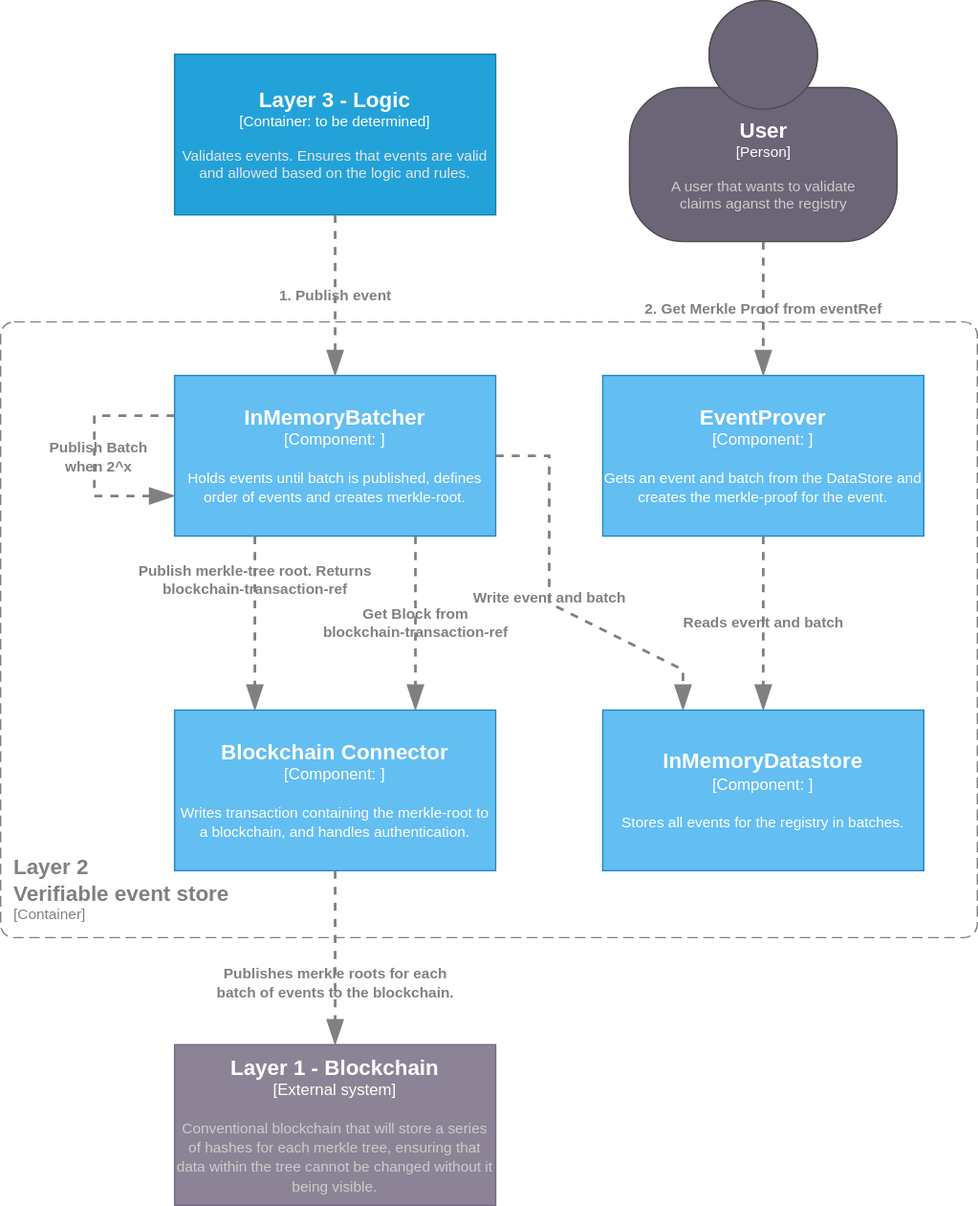
This is doc/architecture/verifiable_event_store/component.drawio.svg from project-origin/registry, a draw.io export, as it was before one commit. Source tidied: cells renumbered, new cells last; positions are measured from the earlier drawing's top-left corner, leaving out a move shared by most shapes.
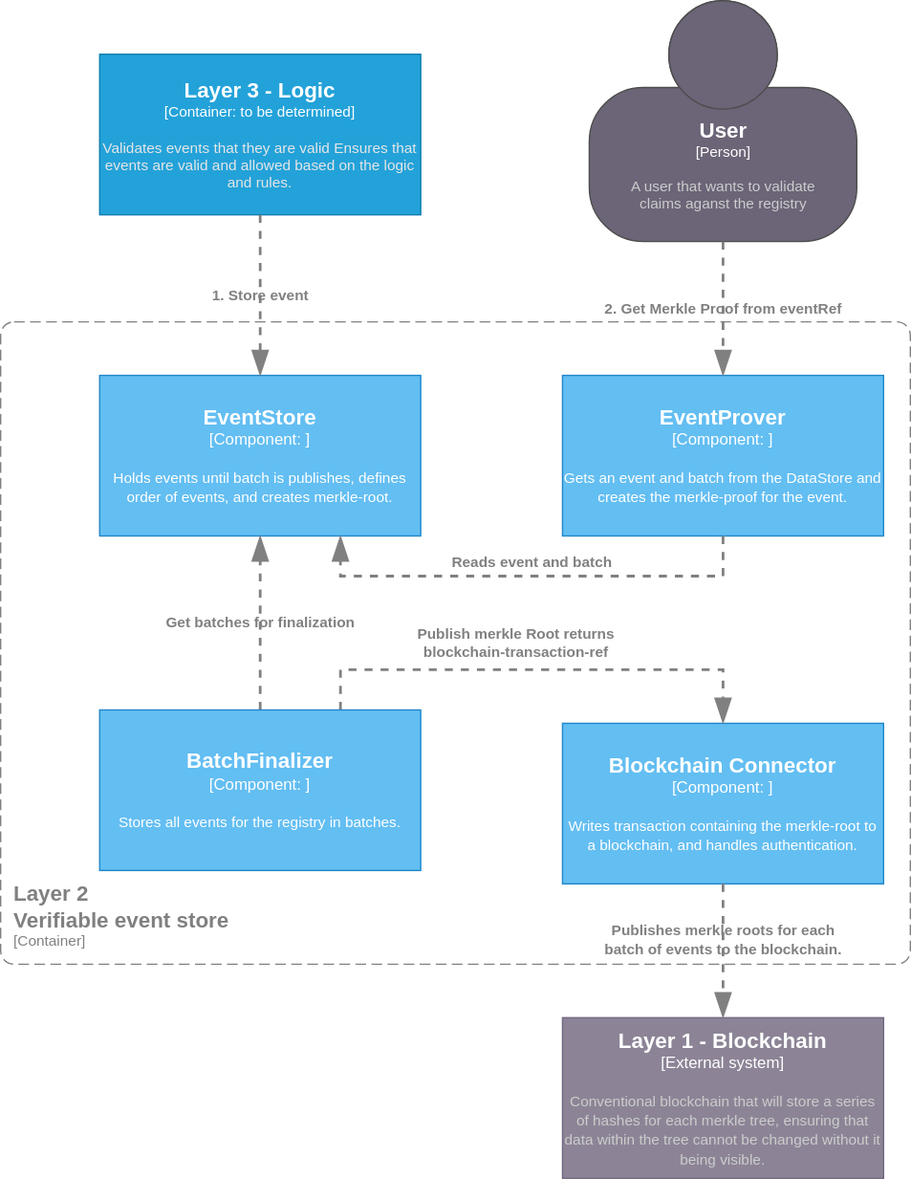
Above is the later version.

Change to the diagram source:
```diff
@@ -4,65 +4,60 @@
     <mxCell id="1" parent="0" />
     <object id="2" label="&lt;font style=&quot;font-size: 16px&quot;&gt;&lt;b&gt;&lt;div style=&quot;text-align: left&quot;&gt;%c4Name%&lt;/div&gt;&lt;/b&gt;&lt;/font&gt;&lt;div style=&quot;text-align: left&quot;&gt;[%c4Application%]&lt;/div&gt;" c4Application="Container" c4Name="Layer 2&#10;Verifiable event store" c4Type="ContainerScopeBoundary" placeholders="1">
       <mxCell style="rounded=1;fontSize=11;whiteSpace=wrap;html=1;dashed=1;arcSize=20;fillColor=none;strokeColor=#808080;fontColor=#808080;labelBackgroundColor=none;align=left;verticalAlign=bottom;labelBorderColor=none;spacingTop=0;spacing=10;dashPattern=8 4;perimeter=rectanglePerimeter;labelPadding=0;absoluteArcSize=1;" parent="1" vertex="1">
-        <mxGeometry y="240" width="730" height="460" as="geometry" />
+        <mxGeometry x="50" y="240" width="680" height="480" as="geometry" />
       </mxCell>
     </object>
     <object id="3" label="&lt;font style=&quot;font-size: 16px&quot;&gt;&lt;b&gt;%c4Name%&lt;/b&gt;&lt;/font&gt;&lt;div&gt;[%c4Type%]&lt;/div&gt;&lt;br&gt;&lt;div&gt;&lt;font style=&quot;font-size: 11px&quot;&gt;&lt;font color=&quot;#cccccc&quot;&gt;%c4Description%&lt;/font&gt;&lt;/div&gt;" c4Description="Conventional blockchain that will store a series of hashes for each merkle tree, ensuring that data within the tree cannot be changed without it being visible." c4Name="Layer 1 - Blockchain" c4Type="External system" placeholders="1">
       <mxCell style="rounded=0;whiteSpace=wrap;html=1;labelBackgroundColor=none;fillColor=#8C8496;fontColor=#ffffff;align=center;arcSize=10;strokeColor=#736782;points=[[0.25,0,0],[0.5,0,0],[0.75,0,0],[1,0.25,0],[1,0.5,0],[1,0.75,0],[0.75,1,0],[0.5,1,0],[0.25,1,0],[0,0.75,0],[0,0.5,0],[0,0.25,0]];" parent="1" vertex="1">
-        <mxGeometry x="130" y="780" width="240" height="120" as="geometry" />
+        <mxGeometry x="470" y="760" width="240" height="120" as="geometry" />
       </mxCell>
     </object>
     <object id="4" label="&lt;font style=&quot;font-size: 16px&quot;&gt;&lt;b&gt;%c4Name%&lt;/b&gt;&lt;/font&gt;&lt;div&gt;[%c4Type%: %c4Technology%]&lt;/div&gt;&lt;br&gt;&lt;div&gt;&lt;font style=&quot;font-size: 11px&quot;&gt;&lt;font color=&quot;#E6E6E6&quot;&gt;%c4Description%&lt;/font&gt;&lt;/div&gt;" c4Description="Validates events that they are valid Ensures that events are valid and allowed based on the logic and rules." c4Name="Layer 3 - Logic" c4Technology="to be determined" c4Type="Container" placeholders="1">
       <mxCell style="rounded=0;whiteSpace=wrap;html=1;fontSize=11;labelBackgroundColor=none;fillColor=#23A2D9;fontColor=#ffffff;align=center;arcSize=10;strokeColor=#0E7DAD;points=[[0.25,0,0],[0.5,0,0],[0.75,0,0],[1,0.25,0],[1,0.5,0],[1,0.75,0],[0.75,1,0],[0.5,1,0],[0.25,1,0],[0,0.75,0],[0,0.5,0],[0,0.25,0]];" parent="1" vertex="1">
-        <mxGeometry x="130" y="40" width="240" height="120" as="geometry" />
+        <mxGeometry x="124" y="40" width="240" height="120" as="geometry" />
       </mxCell>
     </object>
     <object id="5" label="&lt;font style=&quot;font-size: 16px&quot;&gt;&lt;b&gt;%c4Name%&lt;/b&gt;&lt;/font&gt;&lt;div&gt;[%c4Type%]&lt;/div&gt;&lt;br&gt;&lt;div&gt;&lt;font style=&quot;font-size: 11px&quot;&gt;&lt;font color=&quot;#cccccc&quot;&gt;%c4Description%&lt;/font&gt;&lt;/div&gt;" c4Description="A user that wants to validate &#10;claims aganst the registry" c4Name="User" c4Type="Person" placeholders="1">
       <mxCell style="html=1;fontSize=11;dashed=0;whitespace=wrap;fillColor=#6C6477;strokeColor=#4D4D4D;fontColor=#ffffff;shape=mxgraph.c4.person2;align=center;points=[[0.5,0,0],[1,0.5,0],[1,0.75,0],[0.75,1,0],[0.5,1,0],[0.25,1,0],[0,0.75,0],[0,0.5,0]];rounded=0;" parent="1" vertex="1">
-        <mxGeometry x="470" width="200" height="180" as="geometry" />
+        <mxGeometry x="490" width="200" height="180" as="geometry" />
       </mxCell>
     </object>
-    <object id="6" label="&lt;font style=&quot;font-size: 16px&quot;&gt;&lt;b&gt;%c4Name%&lt;/b&gt;&lt;/font&gt;&lt;div&gt;[%c4Type%: %c4Technology%]&lt;/div&gt;&lt;br&gt;&lt;div&gt;&lt;font style=&quot;font-size: 11px&quot;&gt;%c4Description%&lt;/font&gt;&lt;/div&gt;" c4Description="Holds events until batch is publishes, defines order of events, and creates merkle-root." c4Name="InMemoryBatcher" c4Technology="" c4Type="Component" placeholders="1">
+    <object id="6" label="&lt;font style=&quot;font-size: 16px&quot;&gt;&lt;b&gt;%c4Name%&lt;/b&gt;&lt;/font&gt;&lt;div&gt;[%c4Type%: %c4Technology%]&lt;/div&gt;&lt;br&gt;&lt;div&gt;&lt;font style=&quot;font-size: 11px&quot;&gt;%c4Description%&lt;/font&gt;&lt;/div&gt;" c4Description="Holds events until batch is publishes, defines order of events, and creates merkle-root." c4Name="EventStore" c4Technology="" c4Type="Component" placeholders="1">
       <mxCell style="rounded=0;whiteSpace=wrap;html=1;labelBackgroundColor=none;fillColor=#63BEF2;fontColor=#ffffff;align=center;arcSize=6;strokeColor=#2086C9;points=[[0.25,0,0],[0.5,0,0],[0.75,0,0],[1,0.25,0],[1,0.5,0],[1,0.75,0],[0.75,1,0],[0.5,1,0],[0.25,1,0],[0,0.75,0],[0,0.5,0],[0,0.25,0]];" parent="1" vertex="1">
-        <mxGeometry x="130" y="280" width="240" height="120" as="geometry" />
+        <mxGeometry x="124" y="280" width="240" height="120" as="geometry" />
       </mxCell>
     </object>
     <object id="7" label="&lt;font style=&quot;font-size: 16px&quot;&gt;&lt;b&gt;%c4Name%&lt;/b&gt;&lt;/font&gt;&lt;div&gt;[%c4Type%: %c4Technology%]&lt;/div&gt;&lt;br&gt;&lt;div&gt;&lt;font style=&quot;font-size: 11px&quot;&gt;%c4Description%&lt;/font&gt;&lt;/div&gt;" c4Description="Gets an event and batch from the DataStore and creates the merkle-proof for the event." c4Name="EventProver" c4Technology="" c4Type="Component" placeholders="1">
       <mxCell style="rounded=0;whiteSpace=wrap;html=1;labelBackgroundColor=none;fillColor=#63BEF2;fontColor=#ffffff;align=center;arcSize=6;strokeColor=#2086C9;points=[[0.25,0,0],[0.5,0,0],[0.75,0,0],[1,0.25,0],[1,0.5,0],[1,0.75,0],[0.75,1,0],[0.5,1,0],[0.25,1,0],[0,0.75,0],[0,0.5,0],[0,0.25,0]];" parent="1" vertex="1">
-        <mxGeometry x="450" y="280" width="240" height="120" as="geometry" />
+        <mxGeometry x="470" y="280" width="240" height="120" as="geometry" />
       </mxCell>
     </object>
     <object id="8" label="&lt;font style=&quot;font-size: 16px&quot;&gt;&lt;b&gt;%c4Name%&lt;/b&gt;&lt;/font&gt;&lt;div&gt;[%c4Type%: %c4Technology%]&lt;/div&gt;&lt;br&gt;&lt;div&gt;&lt;font style=&quot;font-size: 11px&quot;&gt;%c4Description%&lt;/font&gt;&lt;/div&gt;" c4Description="Writes transaction containing the merkle-root to a blockchain, and handles authentication." c4Name="Blockchain Connector" c4Technology="" c4Type="Component" placeholders="1">
       <mxCell style="rounded=0;whiteSpace=wrap;html=1;labelBackgroundColor=none;fillColor=#63BEF2;fontColor=#ffffff;align=center;arcSize=6;strokeColor=#2086C9;points=[[0.25,0,0],[0.5,0,0],[0.75,0,0],[1,0.25,0],[1,0.5,0],[1,0.75,0],[0.75,1,0],[0.5,1,0],[0.25,1,0],[0,0.75,0],[0,0.5,0],[0,0.25,0]];" parent="1" vertex="1">
-        <mxGeometry x="130" y="530" width="240" height="120" as="geometry" />
+        <mxGeometry x="470" y="540" width="240" height="120" as="geometry" />
       </mxCell>
     </object>
     <object id="9" label="&lt;div style=&quot;text-align: left; font-size: 11px;&quot;&gt;&lt;div style=&quot;text-align: center; font-size: 11px;&quot;&gt;&lt;b style=&quot;font-size: 11px;&quot;&gt;%c4Description%&lt;/b&gt;&lt;/div&gt;&lt;/div&gt;" c4Description="Publish merkle Root returns &#10;blockchain-transaction-ref" c4Type="Relationship" placeholders="1">
-      <mxCell style="endArrow=blockThin;html=1;fontSize=11;fontColor=#808080;strokeWidth=2;endFill=1;strokeColor=#808080;elbow=vertical;endSize=14;startSize=14;jumpStyle=arc;jumpSize=16;rounded=0;dashed=1;labelBackgroundColor=none;exitX=0.25;exitY=1;exitDx=0;exitDy=0;exitPerimeter=0;entryX=0.25;entryY=0;entryDx=0;entryDy=0;entryPerimeter=0;" parent="1" edge="1" source="6" target="8">
-        <mxGeometry x="-0.5" relative="1" as="geometry" />
+      <mxCell style="endArrow=blockThin;html=1;fontSize=11;fontColor=#808080;strokeWidth=2;endFill=1;strokeColor=#808080;elbow=vertical;endSize=14;startSize=14;jumpStyle=arc;jumpSize=16;rounded=0;dashed=1;labelBackgroundColor=none;exitX=0.75;exitY=0;exitDx=0;exitDy=0;exitPerimeter=0;entryX=0.5;entryY=0;entryDx=0;entryDy=0;entryPerimeter=0;" parent="1" edge="1" source="17" target="8">
+        <mxGeometry x="-0.1" y="20" relative="1" as="geometry">
+          <Array as="points">
+            <mxPoint x="304" y="500" />
+            <mxPoint x="590" y="500" />
+          </Array>
+        </mxGeometry>
       </mxCell>
     </object>
-    <object id="10" label="&lt;div style=&quot;text-align: left; font-size: 11px;&quot;&gt;&lt;div style=&quot;text-align: center; font-size: 11px;&quot;&gt;&lt;b style=&quot;font-size: 11px;&quot;&gt;%c4Description%&lt;/b&gt;&lt;/div&gt;&lt;/div&gt;" c4Description="Get Block from &#10;blockchain-transaction-ref" c4Type="Relationship" placeholders="1">
-      <mxCell style="endArrow=blockThin;html=1;fontSize=11;fontColor=#808080;strokeWidth=2;endFill=1;strokeColor=#808080;elbow=vertical;endSize=14;startSize=14;jumpStyle=arc;jumpSize=16;rounded=0;dashed=1;labelBackgroundColor=none;exitX=0.75;exitY=1;exitDx=0;exitDy=0;exitPerimeter=0;entryX=0.75;entryY=0;entryDx=0;entryDy=0;entryPerimeter=0;" parent="1" edge="1" source="6" target="8">
+    <object id="10" label="&lt;div style=&quot;text-align: left; font-size: 11px;&quot;&gt;&lt;div style=&quot;text-align: center; font-size: 11px;&quot;&gt;&lt;b style=&quot;font-size: 11px;&quot;&gt;%c4Description%&lt;/b&gt;&lt;/div&gt;&lt;/div&gt;" c4Description="Get batches for finalization" c4Type="Relationship" placeholders="1">
+      <mxCell style="endArrow=blockThin;html=1;fontSize=11;fontColor=#808080;strokeWidth=2;endFill=1;strokeColor=#808080;elbow=vertical;endSize=14;startSize=14;jumpStyle=arc;jumpSize=16;rounded=0;dashed=1;labelBackgroundColor=none;entryX=0.5;entryY=1;entryDx=0;entryDy=0;entryPerimeter=0;" parent="1" edge="1" source="17" target="6">
         <mxGeometry relative="1" as="geometry" />
       </mxCell>
     </object>
     <object id="11" label="&lt;div style=&quot;text-align: left; font-size: 11px;&quot;&gt;&lt;div style=&quot;text-align: center; font-size: 11px;&quot;&gt;&lt;b style=&quot;font-size: 11px;&quot;&gt;%c4Description%&lt;/b&gt;&lt;/div&gt;&lt;/div&gt;" c4Description="Publishes merkle roots for each&#10;batch of events to the blockchain." c4Type="Relationship" placeholders="1">
       <mxCell style="endArrow=blockThin;html=1;fontSize=11;fontColor=#808080;strokeWidth=2;endFill=1;strokeColor=#808080;elbow=vertical;endSize=14;startSize=14;jumpStyle=arc;jumpSize=16;rounded=0;dashed=1;labelBackgroundColor=none;exitX=0.5;exitY=1;exitDx=0;exitDy=0;exitPerimeter=0;entryX=0.5;entryY=0;entryDx=0;entryDy=0;entryPerimeter=0;" parent="1" edge="1" source="8" target="3">
-        <mxGeometry x="0.29" relative="1" as="geometry" />
+        <mxGeometry x="-0.17" relative="1" as="geometry" />
       </mxCell>
     </object>
-    <object id="12" label="&lt;div style=&quot;text-align: left; font-size: 11px;&quot;&gt;&lt;div style=&quot;text-align: center; font-size: 11px;&quot;&gt;&lt;b style=&quot;font-size: 11px;&quot;&gt;%c4Description%&lt;/b&gt;&lt;/div&gt;&lt;/div&gt;" c4Description="Publish Batch&#10;when 2^x" c4Type="Relationship" placeholders="1">
-      <mxCell style="endArrow=blockThin;html=1;fontSize=11;fontColor=#808080;strokeWidth=2;endFill=1;strokeColor=#808080;elbow=vertical;endSize=14;startSize=14;jumpStyle=arc;jumpSize=16;rounded=0;dashed=1;labelBackgroundColor=none;entryX=0;entryY=0.75;entryDx=0;entryDy=0;entryPerimeter=0;exitX=0;exitY=0.25;exitDx=0;exitDy=0;exitPerimeter=0;" parent="1" edge="1" source="6" target="6">
-        <mxGeometry x="0.01" y="3" relative="1" as="geometry">
-          <Array as="points">
-            <mxPoint x="70" y="310" />
-            <mxPoint x="70" y="370" />
-          </Array>
-        </mxGeometry>
-      </mxCell>
-    </object>
-    <object id="13" label="&lt;div style=&quot;text-align: left; font-size: 11px;&quot;&gt;&lt;div style=&quot;text-align: center; font-size: 11px;&quot;&gt;&lt;b style=&quot;font-size: 11px;&quot;&gt;%c4Description%&lt;/b&gt;&lt;/div&gt;&lt;/div&gt;" c4Description="1. Publish event" c4Type="Relationship" placeholders="1">
+    <object id="13" label="&lt;div style=&quot;text-align: left; font-size: 11px;&quot;&gt;&lt;div style=&quot;text-align: center; font-size: 11px;&quot;&gt;&lt;b style=&quot;font-size: 11px;&quot;&gt;%c4Description%&lt;/b&gt;&lt;/div&gt;&lt;/div&gt;" c4Description="1. Store event" c4Type="Relationship" placeholders="1">
       <mxCell style="endArrow=blockThin;html=1;fontSize=11;fontColor=#808080;strokeWidth=2;endFill=1;strokeColor=#808080;elbow=vertical;endSize=14;startSize=14;jumpStyle=arc;jumpSize=16;rounded=0;dashed=1;labelBackgroundColor=none;exitX=0.5;exitY=1;exitDx=0;exitDy=0;exitPerimeter=0;entryX=0.5;entryY=0;entryDx=0;entryDy=0;entryPerimeter=0;" parent="1" edge="1" source="4" target="6">
         <mxGeometry relative="1" as="geometry" />
       </mxCell>
@@ -73,24 +68,18 @@
       </mxCell>
     </object>
     <object id="15" label="&lt;div style=&quot;text-align: left; font-size: 11px;&quot;&gt;&lt;div style=&quot;text-align: center; font-size: 11px;&quot;&gt;&lt;b style=&quot;font-size: 11px;&quot;&gt;%c4Description%&lt;/b&gt;&lt;/div&gt;&lt;/div&gt;" c4Description="Reads event and batch" c4Type="Relationship" placeholders="1">
-      <mxCell style="endArrow=blockThin;html=1;fontSize=11;fontColor=#808080;strokeWidth=2;endFill=1;strokeColor=#808080;elbow=vertical;endSize=14;startSize=14;jumpStyle=arc;jumpSize=16;rounded=0;dashed=1;labelBackgroundColor=none;exitX=0.5;exitY=1;exitDx=0;exitDy=0;exitPerimeter=0;entryX=0.5;entryY=0;entryDx=0;entryDy=0;entryPerimeter=0;" parent="1" edge="1" source="7" target="17">
-        <mxGeometry relative="1" as="geometry" />
+      <mxCell style="endArrow=blockThin;html=1;fontSize=11;fontColor=#808080;strokeWidth=2;endFill=1;strokeColor=#808080;elbow=vertical;endSize=14;startSize=14;jumpStyle=arc;jumpSize=16;rounded=0;dashed=1;labelBackgroundColor=none;entryX=0.75;entryY=1;entryDx=0;entryDy=0;entryPerimeter=0;exitX=0.5;exitY=1;exitDx=0;exitDy=0;exitPerimeter=0;" parent="1" edge="1" source="7" target="6">
+        <mxGeometry y="-10" relative="1" as="geometry">
+          <Array as="points">
+            <mxPoint x="590" y="430" />
+            <mxPoint x="304" y="430" />
+          </Array>
+        </mxGeometry>
       </mxCell>
     </object>
-    <object id="16" label="&lt;div style=&quot;text-align: left; font-size: 11px;&quot;&gt;&lt;div style=&quot;text-align: center; font-size: 11px;&quot;&gt;&lt;b style=&quot;font-size: 11px;&quot;&gt;%c4Description%&lt;/b&gt;&lt;/div&gt;&lt;/div&gt;" c4Description="Write event and batch" c4Type="Relationship" placeholders="1">
-      <mxCell style="endArrow=blockThin;html=1;fontSize=11;fontColor=#808080;strokeWidth=2;endFill=1;strokeColor=#808080;elbow=vertical;endSize=14;startSize=14;jumpStyle=arc;jumpSize=16;rounded=0;dashed=1;labelBackgroundColor=none;exitX=1;exitY=0.5;exitDx=0;exitDy=0;exitPerimeter=0;entryX=0.25;entryY=0;entryDx=0;entryDy=0;entryPerimeter=0;" parent="1" edge="1" source="6" target="17">
-        <mxGeometry relative="1" as="geometry">
-          <Array as="points">
-            <mxPoint x="410" y="340" />
-            <mxPoint x="410" y="450" />
-            <mxPoint x="510" y="500" />
-          </Array>
-        </mxGeometry>
-      </mxCell>
-    </object>
-    <object id="17" label="&lt;font style=&quot;font-size: 16px&quot;&gt;&lt;b&gt;%c4Name%&lt;/b&gt;&lt;/font&gt;&lt;div&gt;[%c4Type%: %c4Technology%]&lt;/div&gt;&lt;br&gt;&lt;div&gt;&lt;font style=&quot;font-size: 11px&quot;&gt;%c4Description%&lt;/font&gt;&lt;/div&gt;" c4Description="Stores all events for the registry in batches." c4Name="InMemoryDatastore" c4Technology="" c4Type="Component" placeholders="1">
+    <object id="17" label="&lt;font style=&quot;font-size: 16px&quot;&gt;&lt;b&gt;%c4Name%&lt;/b&gt;&lt;/font&gt;&lt;div&gt;[%c4Type%: %c4Technology%]&lt;/div&gt;&lt;br&gt;&lt;div&gt;&lt;font style=&quot;font-size: 11px&quot;&gt;%c4Description%&lt;/font&gt;&lt;/div&gt;" c4Description="Stores all events for the registry in batches." c4Name="BatchFinalizer" c4Technology="" c4Type="Component" placeholders="1">
       <mxCell style="rounded=0;whiteSpace=wrap;html=1;labelBackgroundColor=none;fillColor=#63BEF2;fontColor=#ffffff;align=center;arcSize=6;strokeColor=#2086C9;points=[[0.25,0,0],[0.5,0,0],[0.75,0,0],[1,0.25,0],[1,0.5,0],[1,0.75,0],[0.75,1,0],[0.5,1,0],[0.25,1,0],[0,0.75,0],[0,0.5,0],[0,0.25,0]];" parent="1" vertex="1">
-        <mxGeometry x="450" y="530" width="240" height="120" as="geometry" />
+        <mxGeometry x="124" y="530" width="240" height="120" as="geometry" />
       </mxCell>
     </object>
   </root>
```
